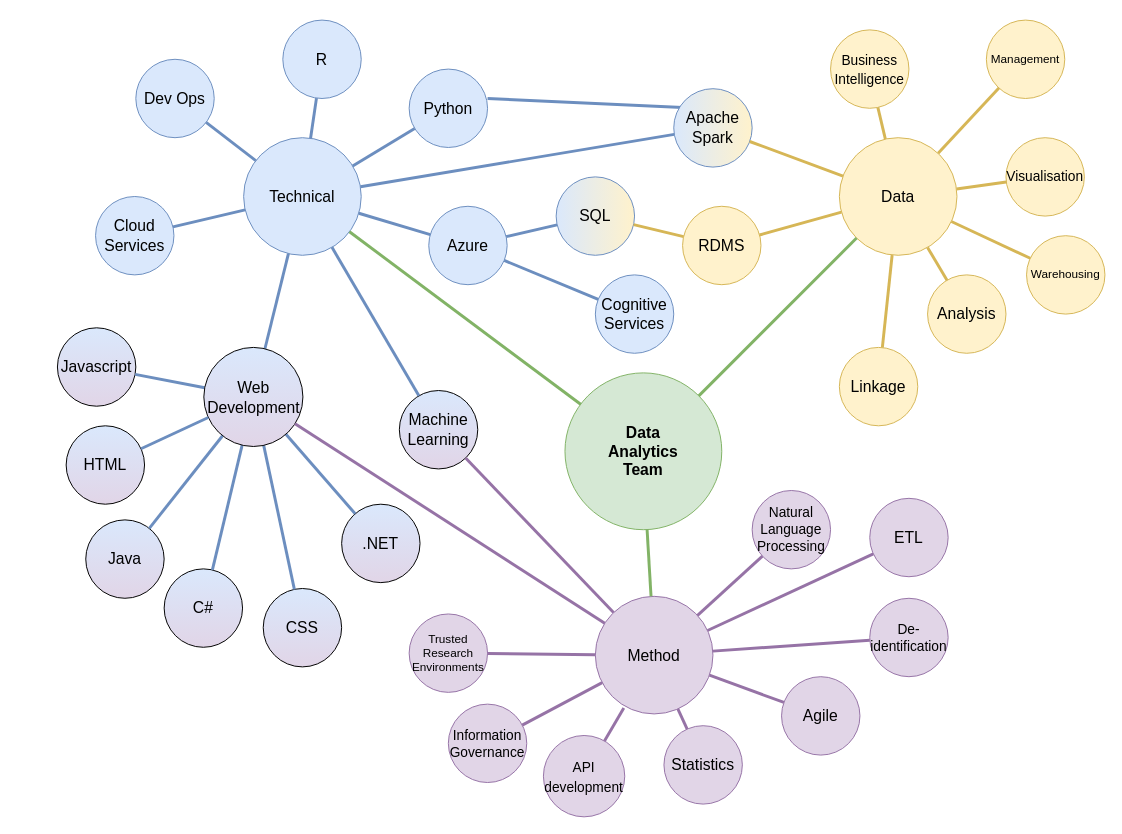
Above: images/dat/dat_skills_1.drawio in LIDA-Data-Analytics-Team/laserdocs_test (draw.io), before the change. Source tidied: cells renumbered, new cells numbered last; positions are measured from the earlier drawing's top-left corner, leaving out a move shared by most shapes. Both pictures are drawn from the tidied source at 98%, with x=0, y=0 at pixel (57, 20).
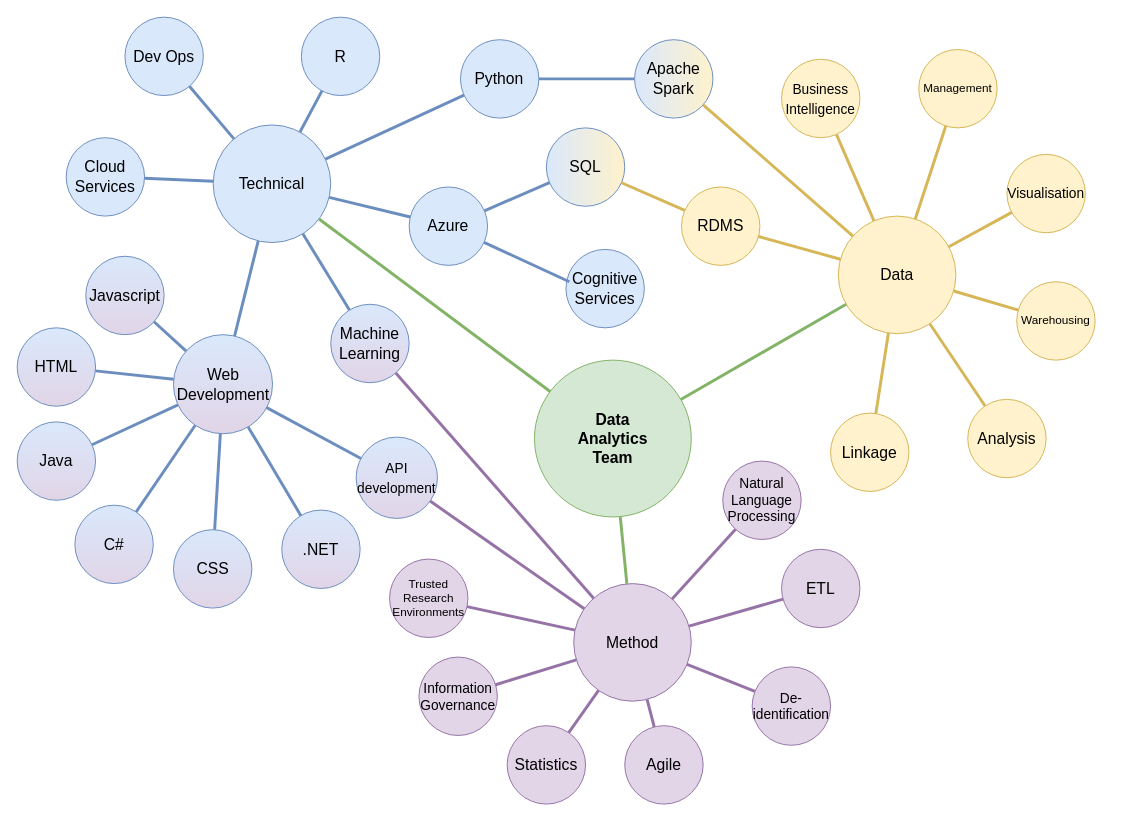
The same diagram, later.

Diff of the diagram source:
```diff
@@
-    <mxCell id="2" style="endArrow=none;html=1;rounded=0;entryX=0;entryY=0;entryDx=0;entryDy=0;strokeColor=#6C8EBF;strokeWidth=3;" parent="1" edge="1">
-      <mxGeometry relative="1" as="geometry">
-        <mxPoint x="439" y="80" as="sourcePoint" />
-        <mxPoint x="654.7" y="90" as="targetPoint" />
-      </mxGeometry>
+    <mxCell id="2" style="endArrow=none;html=1;rounded=0;strokeColor=#6C8EBF;strokeWidth=3;" parent="1" edge="1" source="50" target="30">
+      <mxGeometry relative="1" as="geometry" />
     </mxCell>
     <mxCell id="3" value="Data &lt;br&gt;Analytics &lt;br&gt;Team" style="ellipse;whiteSpace=wrap;html=1;fillColor=#d5e8d4;strokeColor=#82b366;fontSize=16;fontStyle=1;strokeWidth=1;" parent="1" vertex="1">
-      <mxGeometry x="518" y="360" width="160" height="160" as="geometry" />
+      <mxGeometry x="486.9" y="347" width="160" height="160" as="geometry" />
     </mxCell>
     <mxCell id="4" value="Technical" style="ellipse;whiteSpace=wrap;html=1;fillColor=#dae8fc;strokeColor=#6c8ebf;fontSize=16;" parent="1" vertex="1">
-      <mxGeometry x="190.1" y="120" width="120" height="120" as="geometry" />
+      <mxGeometry x="159" y="107" width="120" height="120" as="geometry" />
     </mxCell>
     <mxCell id="5" value="Data" style="ellipse;whiteSpace=wrap;html=1;fillColor=#fff2cc;strokeColor=#d6b656;fontSize=16;" parent="1" vertex="1">
-      <mxGeometry x="798" y="120" width="120" height="120" as="geometry" />
+      <mxGeometry x="796.9" y="200" width="120" height="120" as="geometry" />
     </mxCell>
     <mxCell id="6" value="Method" style="ellipse;whiteSpace=wrap;html=1;fillColor=#e1d5e7;strokeColor=#9673a6;fontSize=16;" parent="1" vertex="1">
-      <mxGeometry x="549" y="588" width="120" height="120" as="geometry" />
+      <mxGeometry x="526.9" y="575" width="120" height="120" as="geometry" />
     </mxCell>
     <mxCell id="7" value="&lt;font style=&quot;font-size: 14px;&quot;&gt;Business&lt;br style=&quot;&quot;&gt;Intelligence&lt;/font&gt;" style="ellipse;whiteSpace=wrap;html=1;fillColor=#fff2cc;strokeColor=#d6b656;fontSize=16;" parent="1" vertex="1">
-      <mxGeometry x="789" y="10" width="80" height="80" as="geometry" />
+      <mxGeometry x="739" y="40" width="80" height="80" as="geometry" />
     </mxCell>
@@
     <mxCell id="12" value="Analysis" style="ellipse;whiteSpace=wrap;html=1;fillColor=#fff2cc;strokeColor=#d6b656;fontSize=16;" parent="1" vertex="1">
-      <mxGeometry x="888" y="260" width="80" height="80" as="geometry" />
+      <mxGeometry x="929" y="387" width="80" height="80" as="geometry" />
     </mxCell>
@@
     <mxCell id="14" value="Linkage" style="ellipse;whiteSpace=wrap;html=1;fillColor=#fff2cc;strokeColor=#d6b656;fontSize=16;" parent="1" vertex="1">
-      <mxGeometry x="798" y="334" width="80" height="80" as="geometry" />
+      <mxGeometry x="789" y="401" width="80" height="80" as="geometry" />
     </mxCell>
@@
     <mxCell id="16" value="Management" style="ellipse;whiteSpace=wrap;html=1;fillColor=#fff2cc;strokeColor=#d6b656;fontSize=12;" parent="1" vertex="1">
-      <mxGeometry x="948" width="80" height="80" as="geometry" />
+      <mxGeometry x="879" y="30" width="80" height="80" as="geometry" />
     </mxCell>
@@
     <mxCell id="18" value="Visualisation" style="ellipse;whiteSpace=wrap;html=1;fillColor=#fff2cc;strokeColor=#d6b656;fontSize=14;" parent="1" vertex="1">
-      <mxGeometry x="968" y="120" width="80" height="80" as="geometry" />
+      <mxGeometry x="969" y="137" width="80" height="80" as="geometry" />
     </mxCell>
@@
     <mxCell id="20" value="Warehousing" style="ellipse;whiteSpace=wrap;html=1;fillColor=#fff2cc;strokeColor=#d6b656;fontSize=12;" parent="1" vertex="1">
-      <mxGeometry x="989" y="220" width="80" height="80" as="geometry" />
+      <mxGeometry x="979" y="267" width="80" height="80" as="geometry" />
     </mxCell>
@@
     <mxCell id="22" value="RDMS" style="ellipse;whiteSpace=wrap;html=1;fillColor=#fff2cc;strokeColor=#d6b656;fontSize=16;" parent="1" vertex="1">
-      <mxGeometry x="638" y="190" width="80" height="80" as="geometry" />
+      <mxGeometry x="636.9" y="170.3" width="80" height="80" as="geometry" />
     </mxCell>
@@
-    <mxCell id="24" value=".NET" style="ellipse;whiteSpace=wrap;html=1;fillColor=#dae8fc;gradientColor=#e1d5e7;fontSize=16;" parent="1" vertex="1">
-      <mxGeometry x="290.1" y="494" width="80" height="80" as="geometry" />
+    <mxCell id="24" value=".NET" style="ellipse;whiteSpace=wrap;html=1;fillColor=#dae8fc;gradientColor=#e1d5e7;fontSize=16;strokeColor=#6C8EBF;" parent="1" vertex="1">
+      <mxGeometry x="229" y="500" width="80" height="80" as="geometry" />
     </mxCell>
@@
     <mxCell id="26" value="Cloud Services" style="ellipse;whiteSpace=wrap;html=1;fillColor=#dae8fc;strokeColor=#6c8ebf;fontSize=16;" parent="1" vertex="1">
-      <mxGeometry x="39" y="180" width="80" height="80" as="geometry" />
+      <mxGeometry x="9" y="120" width="80" height="80" as="geometry" />
     </mxCell>
@@
     <mxCell id="28" value="SQL" style="ellipse;whiteSpace=wrap;html=1;gradientDirection=east;fillColor=#dae8fc;strokeColor=#6c8ebf;gradientColor=#fff2cc;fontSize=16;" parent="1" vertex="1">
-      <mxGeometry x="509" y="160" width="80" height="80" as="geometry" />
+      <mxGeometry x="499" y="110" width="80" height="80" as="geometry" />
     </mxCell>
@@
     <mxCell id="30" value="Apache&lt;br style=&quot;font-size: 16px;&quot;&gt;Spark" style="ellipse;whiteSpace=wrap;html=1;fillColor=#dae8fc;strokeColor=#6c8ebf;gradientDirection=east;gradientColor=#fff2cc;fontSize=16;" parent="1" vertex="1">
-      <mxGeometry x="629" y="70" width="80" height="80" as="geometry" />
+      <mxGeometry x="589" y="20" width="80" height="80" as="geometry" />
     </mxCell>
-    <mxCell id="31" style="endArrow=none;html=1;rounded=0;fontSize=16;strokeColor=#6C8EBF;strokeWidth=3;" parent="1" edge="1" source="30" target="4">
-      <mxGeometry relative="1" as="geometry" />
-    </mxCell>
-    <mxCell id="32" value="C#" style="ellipse;whiteSpace=wrap;html=1;fillColor=#dae8fc;gradientColor=#e1d5e7;fontSize=16;" parent="1" vertex="1">
-      <mxGeometry x="109" y="560" width="80" height="80" as="geometry" />
+    <mxCell id="32" value="C#" style="ellipse;whiteSpace=wrap;html=1;fillColor=#dae8fc;gradientColor=#e1d5e7;fontSize=16;strokeColor=#6C8EBF;" parent="1" vertex="1">
+      <mxGeometry x="17.9" y="495" width="80" height="80" as="geometry" />
     </mxCell>
@@
     <mxCell id="34" value="Cognitive Services" style="ellipse;whiteSpace=wrap;html=1;fillColor=#dae8fc;strokeColor=#6c8ebf;fontSize=16;" parent="1" vertex="1">
-      <mxGeometry x="549" y="260" width="80" height="80" as="geometry" />
+      <mxGeometry x="519" y="234" width="80" height="80" as="geometry" />
     </mxCell>
     <mxCell id="35" value="Azure" style="ellipse;whiteSpace=wrap;html=1;fillColor=#dae8fc;strokeColor=#6c8ebf;fontSize=16;" parent="1" vertex="1">
-      <mxGeometry x="379" y="190" width="80" height="80" as="geometry" />
+      <mxGeometry x="359" y="170.3" width="80" height="80" as="geometry" />
     </mxCell>
@@
-    <mxCell id="37" style="endArrow=none;html=1;rounded=0;fontSize=16;strokeColor=#6C8EBF;strokeWidth=3;" parent="1" edge="1" source="34" target="35">
-      <mxGeometry relative="1" as="geometry" />
+    <mxCell id="37" style="endArrow=none;html=1;rounded=0;fontSize=16;strokeColor=#6C8EBF;strokeWidth=3;" parent="1" edge="1" target="35">
+      <mxGeometry relative="1" as="geometry">
+        <mxPoint x="522.5" y="267" as="sourcePoint" />
+      </mxGeometry>
     </mxCell>
-    <mxCell id="38" value="CSS" style="ellipse;whiteSpace=wrap;html=1;fillColor=#dae8fc;gradientColor=#e1d5e7;fontSize=16;" parent="1" vertex="1">
-      <mxGeometry x="210.1" y="580" width="80" height="80" as="geometry" />
+    <mxCell id="38" value="CSS" style="ellipse;whiteSpace=wrap;html=1;fillColor=#dae8fc;gradientColor=#e1d5e7;fontSize=16;strokeColor=#6C8EBF;" parent="1" vertex="1">
+      <mxGeometry x="118.5" y="520" width="80" height="80" as="geometry" />
     </mxCell>
@@
     <mxCell id="40" value="Dev Ops" style="ellipse;whiteSpace=wrap;html=1;fillColor=#dae8fc;strokeColor=#6c8ebf;fontSize=16;" parent="1" vertex="1">
-      <mxGeometry x="80.1" y="40" width="80" height="80" as="geometry" />
+      <mxGeometry x="69" y="-3" width="80" height="80" as="geometry" />
     </mxCell>
@@
-    <mxCell id="42" value="HTML" style="ellipse;whiteSpace=wrap;html=1;fillColor=#dae8fc;gradientColor=#e1d5e7;fontSize=16;" parent="1" vertex="1">
-      <mxGeometry x="9" y="414" width="80" height="80" as="geometry" />
+    <mxCell id="42" value="HTML" style="ellipse;whiteSpace=wrap;html=1;fillColor=#dae8fc;gradientColor=#e1d5e7;fontSize=16;strokeColor=#6C8EBF;" parent="1" vertex="1">
+      <mxGeometry x="-41" y="314" width="80" height="80" as="geometry" />
     </mxCell>
@@
-    <mxCell id="44" value="Java" style="ellipse;whiteSpace=wrap;html=1;fillColor=#dae8fc;gradientColor=#e1d5e7;fontSize=16;" parent="1" vertex="1">
-      <mxGeometry x="29" y="510" width="80" height="80" as="geometry" />
+    <mxCell id="44" value="Java" style="ellipse;whiteSpace=wrap;html=1;fillColor=#dae8fc;gradientColor=#e1d5e7;fontSize=16;strokeColor=#6C8EBF;" parent="1" vertex="1">
+      <mxGeometry x="-41" y="410" width="80" height="80" as="geometry" />
     </mxCell>
-    <mxCell id="45" value="Javascript" style="ellipse;whiteSpace=wrap;html=1;fillColor=#dae8fc;gradientColor=#e1d5e7;fontSize=16;" parent="1" vertex="1">
-      <mxGeometry x="0.1" y="314" width="80" height="80" as="geometry" />
+    <mxCell id="45" value="Javascript" style="ellipse;whiteSpace=wrap;html=1;fillColor=#dae8fc;gradientColor=#e1d5e7;fontSize=16;strokeColor=#6C8EBF;" parent="1" vertex="1">
+      <mxGeometry x="29" y="241" width="80" height="80" as="geometry" />
     </mxCell>
@@
     <mxCell id="48" value="R" style="ellipse;whiteSpace=wrap;html=1;gradientDirection=east;fillColor=#dae8fc;strokeColor=#6c8ebf;gradientColor=none;fontSize=16;" parent="1" vertex="1">
-      <mxGeometry x="230.1" width="80" height="80" as="geometry" />
+      <mxGeometry x="249" y="-3" width="80" height="80" as="geometry" />
     </mxCell>
@@
     <mxCell id="50" value="Python" style="ellipse;whiteSpace=wrap;html=1;gradientDirection=east;fillColor=#dae8fc;strokeColor=#6c8ebf;gradientColor=none;fontSize=16;" parent="1" vertex="1">
-      <mxGeometry x="359" y="50" width="80" height="80" as="geometry" />
+      <mxGeometry x="411.4" y="20" width="80" height="80" as="geometry" />
     </mxCell>
@@
     <mxCell id="52" value="Agile" style="ellipse;whiteSpace=wrap;html=1;fillColor=#e1d5e7;strokeColor=#9673a6;fontSize=16;" parent="1" vertex="1">
-      <mxGeometry x="739" y="670" width="80" height="80" as="geometry" />
+      <mxGeometry x="579" y="720" width="80" height="80" as="geometry" />
     </mxCell>
@@
     <mxCell id="54" value="De-identification" style="ellipse;whiteSpace=wrap;html=1;fillColor=#e1d5e7;strokeColor=#9673a6;fontSize=14;" parent="1" vertex="1">
-      <mxGeometry x="829" y="590" width="80" height="80" as="geometry" />
+      <mxGeometry x="709" y="660" width="80" height="80" as="geometry" />
     </mxCell>
@@
     <mxCell id="56" value="ETL" style="ellipse;whiteSpace=wrap;html=1;fillColor=#e1d5e7;strokeColor=#9673a6;fontSize=16;" parent="1" vertex="1">
-      <mxGeometry x="829" y="488" width="80" height="80" as="geometry" />
+      <mxGeometry x="739" y="540" width="80" height="80" as="geometry" />
     </mxCell>
@@
     <mxCell id="58" value="Information Governance" style="ellipse;whiteSpace=wrap;html=1;fillColor=#e1d5e7;strokeColor=#9673a6;fontSize=14;" parent="1" vertex="1">
-      <mxGeometry x="399" y="698" width="80" height="80" as="geometry" />
+      <mxGeometry x="369" y="650" width="80" height="80" as="geometry" />
     </mxCell>
@@
-    <mxCell id="60" value="Machine Learning" style="ellipse;whiteSpace=wrap;html=1;gradientColor=#e1d5e7;fillColor=#dae8fc;fontSize=16;" parent="1" vertex="1">
-      <mxGeometry x="349" y="378" width="80" height="80" as="geometry" />
+    <mxCell id="60" value="Machine Learning" style="ellipse;whiteSpace=wrap;html=1;gradientColor=#e1d5e7;fillColor=#dae8fc;fontSize=16;strokeColor=#6C8EBF;" parent="1" vertex="1">
+      <mxGeometry x="279" y="290" width="80" height="80" as="geometry" />
     </mxCell>
@@
     <mxCell id="62" value="Natural Language Processing" style="ellipse;whiteSpace=wrap;html=1;fillColor=#e1d5e7;strokeColor=#9673a6;fontSize=14;" parent="1" vertex="1">
-      <mxGeometry x="709" y="480" width="80" height="80" as="geometry" />
+      <mxGeometry x="679" y="450" width="80" height="80" as="geometry" />
     </mxCell>
@@
     <mxCell id="64" value="Statistics" style="ellipse;whiteSpace=wrap;html=1;fillColor=#e1d5e7;strokeColor=#9673a6;fontSize=16;" parent="1" vertex="1">
-      <mxGeometry x="619" y="720" width="80" height="80" as="geometry" />
+      <mxGeometry x="459" y="720" width="80" height="80" as="geometry" />
     </mxCell>
@@
     <mxCell id="66" value="Trusted Research Environments" style="ellipse;whiteSpace=wrap;html=1;fillColor=#e1d5e7;strokeColor=#9673a6;fontSize=12;" parent="1" vertex="1">
-      <mxGeometry x="359" y="606" width="80" height="80" as="geometry" />
+      <mxGeometry x="339" y="550" width="80" height="80" as="geometry" />
     </mxCell>
@@
-    <mxCell id="68" value="Web Development" style="ellipse;whiteSpace=wrap;html=1;fillColor=#dae8fc;gradientColor=#e1d5e7;fontSize=16;" parent="1" vertex="1">
-      <mxGeometry x="149.5" y="334" width="101.1" height="101.1" as="geometry" />
+    <mxCell id="68" value="Web Development" style="ellipse;whiteSpace=wrap;html=1;fillColor=#dae8fc;gradientColor=#e1d5e7;fontSize=16;strokeColor=#6C8EBF;" parent="1" vertex="1">
+      <mxGeometry x="118.5" y="321" width="101.1" height="101.1" as="geometry" />
     </mxCell>
-    <mxCell id="69" style="endArrow=none;html=1;rounded=0;fontSize=16;strokeColor=#9673A6;strokeWidth=3;" parent="1" edge="1" source="68" target="6">
+    <mxCell id="69" style="endArrow=none;html=1;rounded=0;fontSize=16;strokeColor=#6C8EBF;strokeWidth=3;" parent="1" edge="1" source="68" target="74">
       <mxGeometry relative="1" as="geometry" />
     </mxCell>
@@
-    <mxCell id="74" value="&lt;font style=&quot;font-size: 14px;&quot;&gt;API development&lt;/font&gt;" style="ellipse;whiteSpace=wrap;html=1;fillColor=#e1d5e7;strokeColor=#9673a6;fontSize=16;" parent="1" vertex="1">
-      <mxGeometry x="496" y="730" width="83" height="83" as="geometry" />
+    <mxCell id="74" value="&lt;font style=&quot;font-size: 14px;&quot;&gt;API development&lt;/font&gt;" style="ellipse;whiteSpace=wrap;html=1;fillColor=#dae8fc;strokeColor=#6C8EBF;fontSize=16;gradientColor=#e1d5e7;" parent="1" vertex="1">
+      <mxGeometry x="304.9" y="425.5" width="83" height="83" as="geometry" />
     </mxCell>
-    <mxCell id="75" style="endArrow=none;html=1;rounded=0;fontSize=16;strokeColor=#9673A6;strokeWidth=3;exitX=0.242;exitY=0.95;exitDx=0;exitDy=0;exitPerimeter=0;" parent="1" edge="1" source="6" target="74">
+    <mxCell id="75" style="endArrow=none;html=1;rounded=0;fontSize=16;strokeColor=#9673A6;strokeWidth=3;" parent="1" edge="1" source="6" target="74">
       <mxGeometry relative="1" as="geometry" />
     </mxCell>
+    <mxCell id="76" style="edgeStyle=orthogonalEdgeStyle;rounded=0;orthogonalLoop=1;jettySize=auto;html=1;exitX=0.5;exitY=1;exitDx=0;exitDy=0;" parent="1" edge="1" source="74" target="74">
+      <mxGeometry relative="1" as="geometry" />
+    </mxCell>
```
